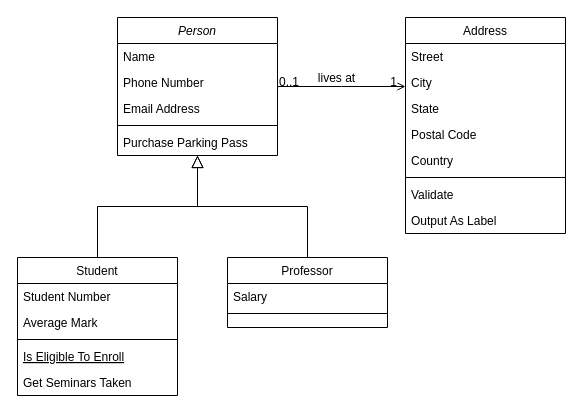
Before: Ejercicio1.drawio in delarocafrankUMG/Programacion2UML, a draw.io diagram. Source tidied: cells renumbered, new cells numbered last; positions are measured from the earlier drawing's top-left corner, leaving out a move shared by most shapes. Both pictures are drawn from the tidied source at 100%, with x=0, y=0 at pixel (17, 17).
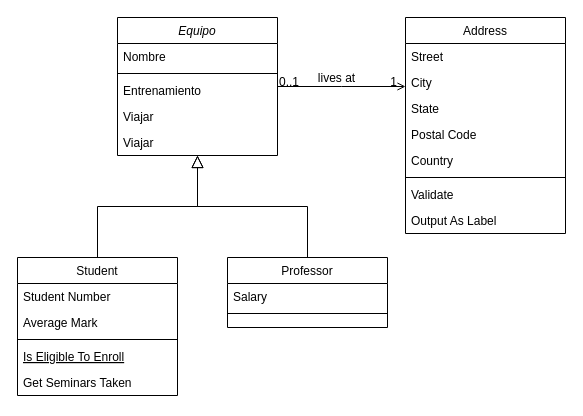
Above is the later version.

What changed in the source:
```diff
@@
-    <mxCell id="2" value="Person" style="swimlane;fontStyle=2;align=center;verticalAlign=top;horizontal=1;startSize=26;rounded=0;shadow=0;strokeWidth=1;" parent="1" vertex="1">
+    <mxCell id="2" value="Equipo" style="swimlane;fontStyle=2;align=center;verticalAlign=top;horizontal=1;startSize=26;rounded=0;shadow=0;strokeWidth=1;" parent="1" vertex="1">
       <mxGeometry x="100" width="160" height="138" as="geometry" />
     </mxCell>
-    <mxCell id="3" value="Name" style="text;align=left;verticalAlign=top;spacingLeft=4;spacingRight=4;overflow=hidden;" parent="2" vertex="1">
+    <mxCell id="3" value="Nombre" style="text;align=left;verticalAlign=top;spacingLeft=4;spacingRight=4;overflow=hidden;" parent="2" vertex="1">
       <mxGeometry y="26" width="160" height="26" as="geometry" />
     </mxCell>
-    <mxCell id="4" value="Phone Number" style="text;align=left;verticalAlign=top;spacingLeft=4;spacingRight=4;overflow=hidden;rounded=0;shadow=0;html=0;" parent="2" vertex="1">
-      <mxGeometry y="52" width="160" height="26" as="geometry" />
-    </mxCell>
-    <mxCell id="5" value="Email Address" style="text;align=left;verticalAlign=top;spacingLeft=4;spacingRight=4;overflow=hidden;rounded=0;shadow=0;html=0;" parent="2" vertex="1">
-      <mxGeometry y="78" width="160" height="26" as="geometry" />
-    </mxCell>
     <mxCell id="6" style="line;html=1;strokeWidth=1;align=left;verticalAlign=middle;spacingTop=-1;spacingLeft=3;spacingRight=3;labelPosition=right;" parent="2" vertex="1">
-      <mxGeometry y="104" width="160" height="8" as="geometry" />
+      <mxGeometry y="52" width="160" height="8" as="geometry" />
     </mxCell>
-    <mxCell id="7" value="Purchase Parking Pass" style="text;align=left;verticalAlign=top;spacingLeft=4;spacingRight=4;overflow=hidden;" parent="2" vertex="1">
-      <mxGeometry y="112" width="160" height="26" as="geometry" />
+    <mxCell id="7" value="Entrenamiento" style="text;align=left;verticalAlign=top;spacingLeft=4;spacingRight=4;overflow=hidden;" parent="2" vertex="1">
+      <mxGeometry y="60" width="160" height="26" as="geometry" />
     </mxCell>
+    <mxCell id="32" value="Viajar" style="text;align=left;verticalAlign=top;spacingLeft=4;spacingRight=4;overflow=hidden;" parent="2" vertex="1">
+      <mxGeometry y="86" width="160" height="26" as="geometry" />
+    </mxCell>
+    <mxCell id="33" value="Viajar" style="text;align=left;verticalAlign=top;spacingLeft=4;spacingRight=4;overflow=hidden;" parent="2" vertex="1">
+      <mxGeometry y="112" width="160" height="26" as="geometry" />
+    </mxCell>
```
